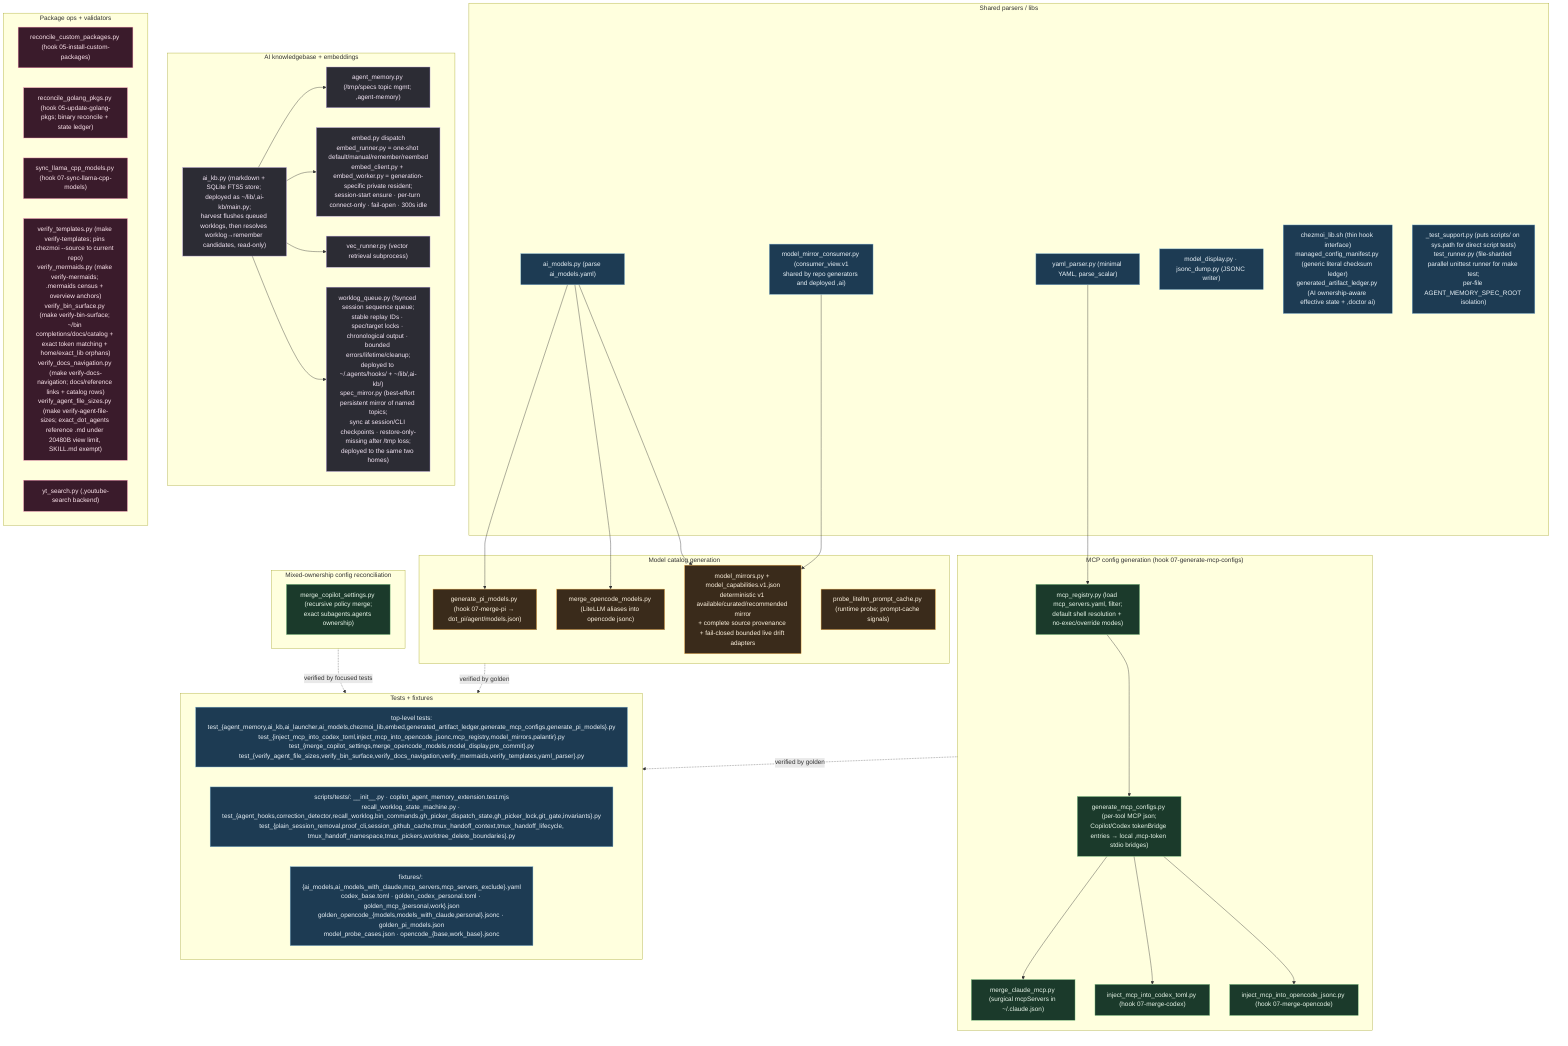
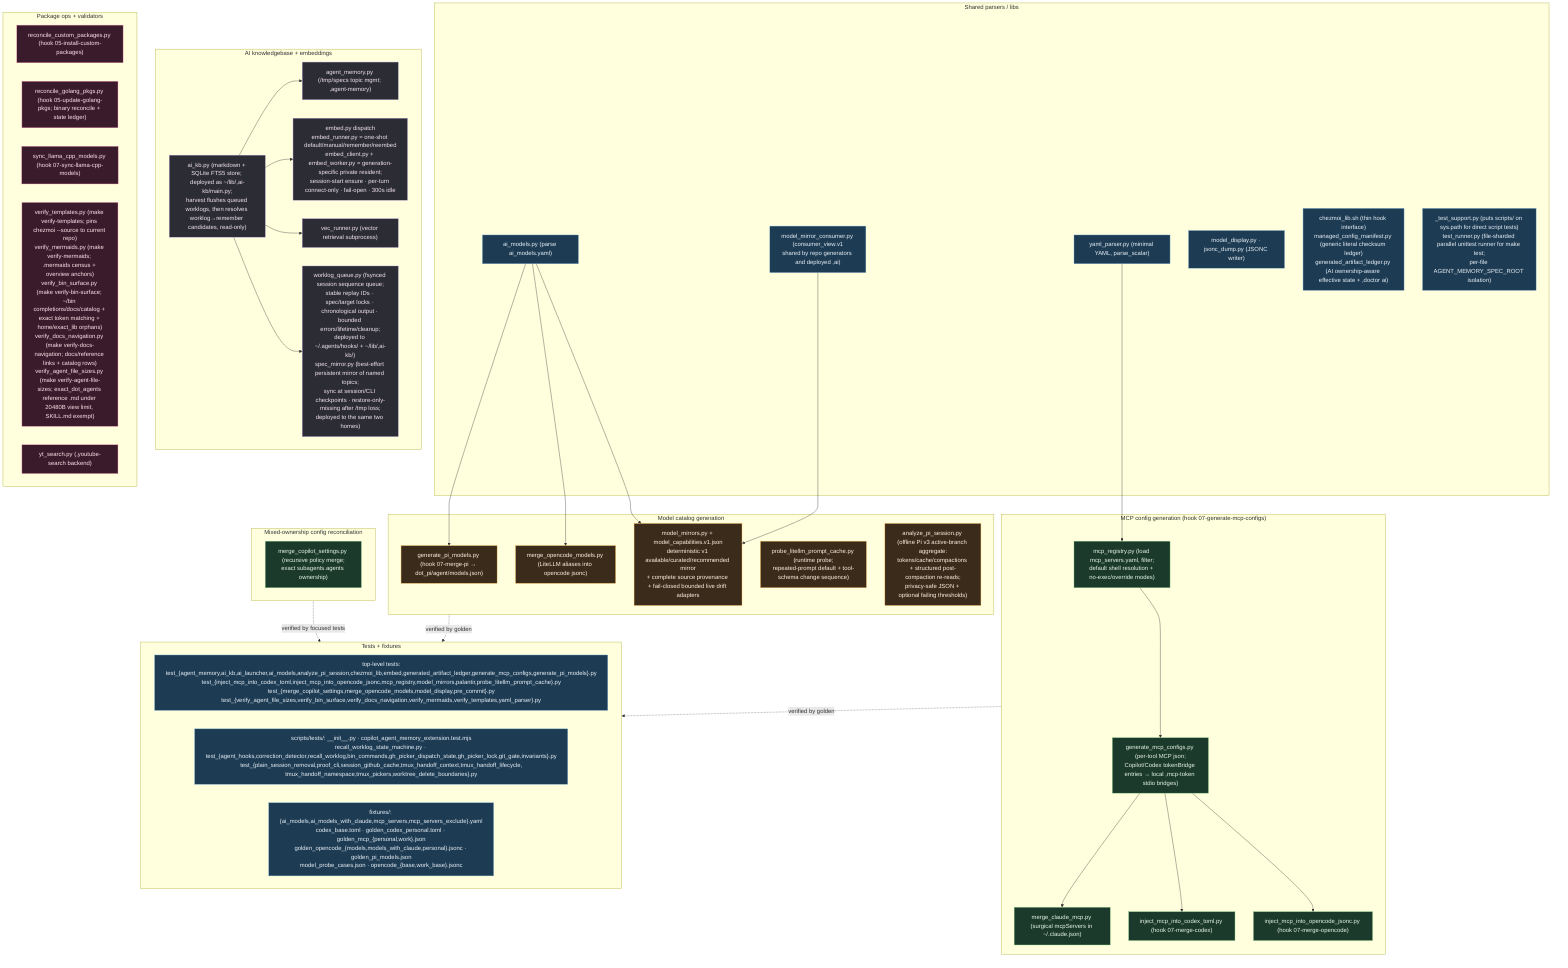
%% ============================================================================
- %% 11-scripts-helpers.mmd — Every file in scripts/ (97). Repo-side Python
+ %% 11-scripts-helpers.mmd — Every file in scripts/ (100). Repo-side Python
%% (stdlib only, no PyYAML) called by chezmoi 07-* hooks + ,bin commands.
%% Grouped by consumer. Shared parsers feed the generators/mergers.
%% ============================================================================
flowchart TB
    classDef shared fill:#1d3b53,stroke:#7fb3d5,color:#eaf2f8;
    classDef mcp fill:#1b3a2b,stroke:#81c784,color:#e8f5e9;
    classDef model fill:#3a2b1b,stroke:#ffb74d,color:#fff3e0;
    classDef ai fill:#2c2c34,stroke:#b39ddb,color:#f3e5f5;
    classDef misc fill:#3a1b2b,stroke:#f48fb1,color:#fce4ec;

    subgraph SHARED["Shared parsers / libs"]
        YP["yaml_parser.py (minimal YAML, parse_scalar)"]:::shared
        AM["ai_models.py (parse ai_models.yaml)"]:::shared
        MC["model_mirror_consumer.py (consumer_view.v1<br/>shared by repo generators and deployed ,ai)"]:::shared
        MD["model_display.py · jsonc_dump.py (JSONC writer)"]:::shared
        CL["chezmoi_lib.sh (thin hook interface)<br/>managed_config_manifest.py (generic literal checksum ledger)<br/>generated_artifact_ledger.py (AI ownership-aware effective state + ,doctor ai)"]:::shared
        TS["_test_support.py (puts scripts/ on sys.path for direct script tests)<br/>test_runner.py (file-sharded parallel unittest runner for make test;<br/>per-file AGENT_MEMORY_SPEC_ROOT isolation)"]:::shared
    end

    subgraph MCPGEN["MCP config generation (hook 07-generate-mcp-configs)"]
        MR["mcp_registry.py (load mcp_servers.yaml, filter;<br/>default shell resolution + no-exec/override modes)"]:::mcp
        GMC["generate_mcp_configs.py (per-tool MCP json;<br/>Copilot/Codex tokenBridge entries → local ,mcp-token stdio bridges)"]:::mcp
        MCM["merge_claude_mcp.py (surgical mcpServers in ~/.claude.json)"]:::mcp
        ICT["inject_mcp_into_codex_toml.py (hook 07-merge-codex)"]:::mcp
        IOJ["inject_mcp_into_opencode_jsonc.py (hook 07-merge-opencode)"]:::mcp
    end
    YP --> MR --> GMC --> MCM & ICT & IOJ

    subgraph RECON["Mixed-ownership config reconciliation"]
        MCS["merge_copilot_settings.py (recursive policy merge;<br/>exact subagents.agents ownership)"]:::mcp
    end

    subgraph MODELGEN["Model catalog generation"]
        GPM["generate_pi_models.py (hook 07-merge-pi → dot_pi/agent/models.json)"]:::model
        MOM["merge_opencode_models.py (LiteLLM aliases into opencode jsonc)"]:::model
        MM["model_mirrors.py + model_capabilities.v1.json<br/>deterministic v1 available/curated/recommended mirror<br/>+ complete source provenance + fail-closed bounded live drift adapters"]:::model
-         PLP["probe_litellm_prompt_cache.py (runtime probe; prompt-cache signals)"]:::model
+         PLP["probe_litellm_prompt_cache.py (runtime probe;<br/>repeated-prompt default + tool-schema change sequence)"]:::model
+         APS["analyze_pi_session.py (offline Pi v3 active-branch aggregate:<br/>tokens/cache/compactions + structured post-compaction re-reads;<br/>privacy-safe JSON + optional failing thresholds)"]:::model
    end
    AM --> GPM & MOM & MM
    MC --> MM

    subgraph AIKB["AI knowledgebase + embeddings"]
        KB["ai_kb.py (markdown + SQLite FTS5 store; deployed as ~/lib/,ai-kb/main.py;<br/>harvest flushes queued worklogs, then resolves worklog→remember candidates, read-only)"]:::ai
        WQ["worklog_queue.py (fsynced session sequence queue;<br/>stable replay IDs · spec/target locks · chronological output · bounded errors/lifetime/cleanup;<br/>deployed to ~/.agents/hooks/ + ~/lib/,ai-kb/)<br/>spec_mirror.py (best-effort persistent mirror of named topics;<br/>sync at session/CLI checkpoints · restore-only-missing after /tmp loss;<br/>deployed to the same two homes)"]:::ai
        EMB["embed.py dispatch<br/>embed_runner.py = one-shot default/manual/remember/reembed<br/>embed_client.py + embed_worker.py = generation-specific private resident;<br/>session-start ensure · per-turn connect-only · fail-open · 300s idle"]:::ai
        VEC["vec_runner.py (vector retrieval subprocess)"]:::ai
        AGM["agent_memory.py (/tmp/specs topic mgmt; ,agent-memory)"]:::ai
    end
    KB --> AGM & EMB & VEC & WQ

    subgraph ORCH["Package ops + validators"]
        RCP["reconcile_custom_packages.py (hook 05-install-custom-packages)"]:::misc
        RGP["reconcile_golang_pkgs.py (hook 05-update-golang-pkgs; binary reconcile + state ledger)"]:::misc
        SLC["sync_llama_cpp_models.py (hook 07-sync-llama-cpp-models)"]:::misc
        VT["verify_templates.py (make verify-templates; pins chezmoi --source to current repo)<br/>verify_mermaids.py (make verify-mermaids; .mermaids census + overview anchors)<br/>verify_bin_surface.py (make verify-bin-surface; ~/bin completions/docs/catalog + exact token matching + home/exact_lib orphans)<br/>verify_docs_navigation.py (make verify-docs-navigation; docs/reference links + catalog rows)<br/>verify_agent_file_sizes.py (make verify-agent-file-sizes; exact_dot_agents reference .md under 20480B view limit, SKILL.md exempt)"]:::misc
        YT["yt_search.py (,youtube-search backend)"]:::misc
    end

    subgraph TESTS["Tests + fixtures"]
-         TT["top-level tests:<br/>test_{agent_memory,ai_kb,ai_launcher,ai_models,chezmoi_lib,embed,generated_artifact_ledger,generate_mcp_configs,generate_pi_models}.py<br/>test_{inject_mcp_into_codex_toml,inject_mcp_into_opencode_jsonc,mcp_registry,model_mirrors,palantir}.py<br/>test_{merge_copilot_settings,merge_opencode_models,model_display,pre_commit}.py<br/>test_{verify_agent_file_sizes,verify_bin_surface,verify_docs_navigation,verify_mermaids,verify_templates,yaml_parser}.py"]:::shared
+         TT["top-level tests:<br/>test_{agent_memory,ai_kb,ai_launcher,ai_models,analyze_pi_session,chezmoi_lib,embed,generated_artifact_ledger,generate_mcp_configs,generate_pi_models}.py<br/>test_{inject_mcp_into_codex_toml,inject_mcp_into_opencode_jsonc,mcp_registry,model_mirrors,palantir,probe_litellm_prompt_cache}.py<br/>test_{merge_copilot_settings,merge_opencode_models,model_display,pre_commit}.py<br/>test_{verify_agent_file_sizes,verify_bin_surface,verify_docs_navigation,verify_mermaids,verify_templates,yaml_parser}.py"]:::shared
        IT["scripts/tests/: __init__.py · copilot_agent_memory_extension.test.mjs<br/>recall_worklog_state_machine.py · test_{agent_hooks,correction_detector,recall_worklog,bin_commands,gh_picker_dispatch_state,gh_picker_lock,git_gate,invariants}.py<br/>test_{plain_session_removal,proof_cli,session_github_cache,tmux_handoff_context,tmux_handoff_lifecycle,<br/>tmux_handoff_namespace,tmux_pickers,worktree_delete_boundaries}.py"]:::shared
        FX["fixtures/: {ai_models,ai_models_with_claude,mcp_servers,mcp_servers_exclude}.yaml<br/>codex_base.toml · golden_codex_personal.toml · golden_mcp_{personal,work}.json<br/>golden_opencode_{models,models_with_claude,personal}.jsonc · golden_pi_models.json<br/>model_probe_cases.json · opencode_{base,work_base}.jsonc"]:::shared
    end
    MCPGEN -.verified by golden.-> TESTS
    RECON -.verified by focused tests.-> TESTS
    MODELGEN -.verified by golden.-> TESTS
